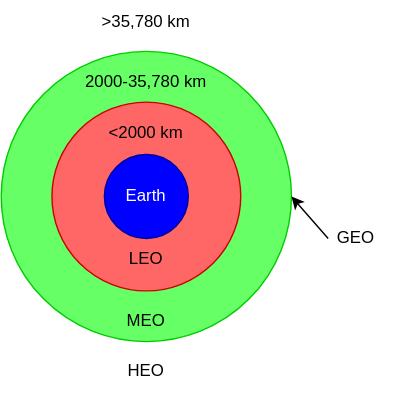
Earlier version of the draw.io export Figures/introduction/orbits.svg (Mikkelnn/ESD6-Project). Source tidied: cells renumbered, new cells last; positions are measured from the earlier drawing's top-left corner, leaving out a move shared by most shapes.
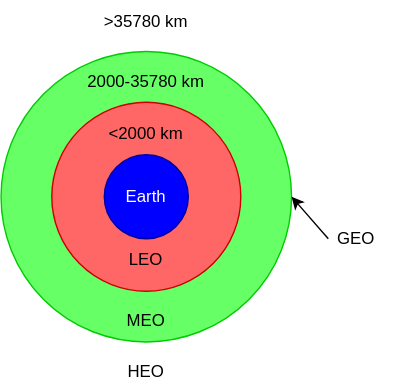
Later version of the same file.

The edit, as a diff of the source:
```diff
@@ -23,13 +23,13 @@
     <mxCell id="8" value="MEO" style="text;html=1;align=center;verticalAlign=middle;whiteSpace=wrap;rounded=0;" parent="1" vertex="1">
       <mxGeometry x="74" y="214" width="60" height="30" as="geometry" />
     </mxCell>
-    <mxCell id="9" value="2000-35,780 km" style="text;html=1;align=center;verticalAlign=middle;whiteSpace=wrap;rounded=0;" parent="1" vertex="1">
+    <mxCell id="9" value="2000-35780 km" style="text;html=1;align=center;verticalAlign=middle;whiteSpace=wrap;rounded=0;" parent="1" vertex="1">
       <mxGeometry x="59" y="42.5" width="90" height="30" as="geometry" />
     </mxCell>
     <mxCell id="10" value="HEO" style="text;html=1;align=center;verticalAlign=middle;whiteSpace=wrap;rounded=0;" parent="1" vertex="1">
       <mxGeometry x="74" y="250" width="60" height="30" as="geometry" />
     </mxCell>
-    <mxCell id="11" value="&amp;gt;35,780 km" style="text;html=1;align=center;verticalAlign=middle;whiteSpace=wrap;rounded=0;" parent="1" vertex="1">
+    <mxCell id="11" value="&amp;gt;35780 km" style="text;html=1;align=center;verticalAlign=middle;whiteSpace=wrap;rounded=0;" parent="1" vertex="1">
       <mxGeometry x="69" width="70" height="30" as="geometry" />
     </mxCell>
     <mxCell id="12" value="GEO" style="text;html=1;align=center;verticalAlign=middle;whiteSpace=wrap;rounded=0;" parent="1" vertex="1">
```
